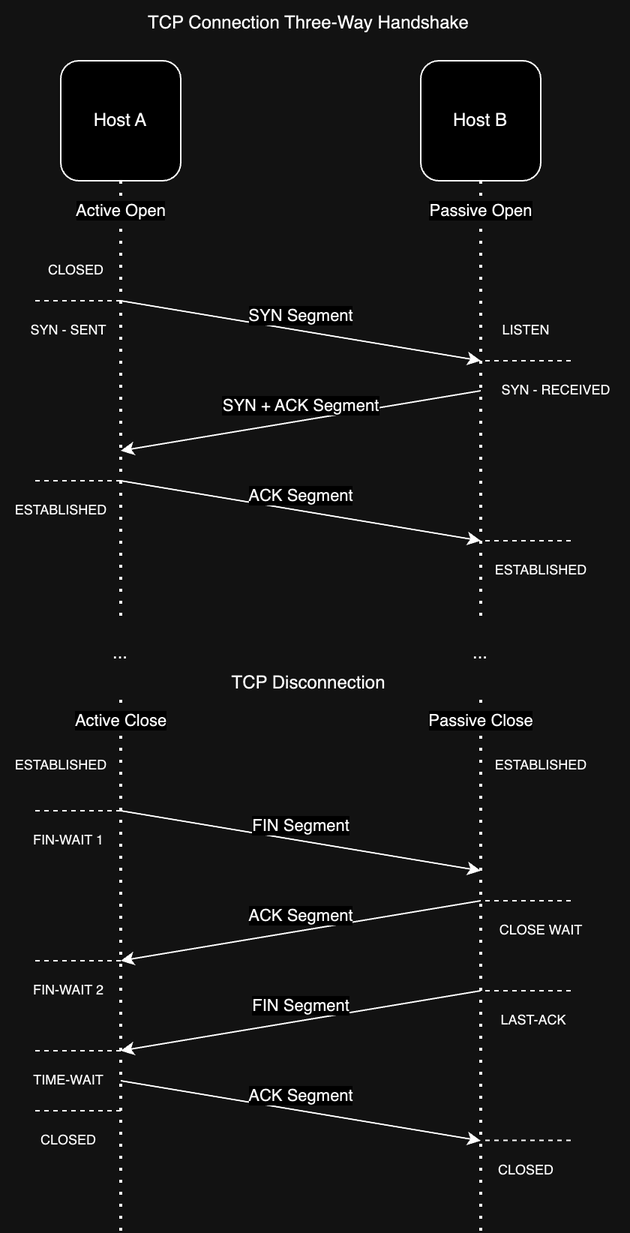
Earlier version of the draw.io export network/image/tcp_connection_flow.png (hyoguoo/docs). Source tidied: cells renumbered, new cells last; positions are measured from the earlier drawing's top-left corner, leaving out a move shared by most shapes. Its diagram source:
```xml
<mxGraphModel>
  <root>
    <mxCell id="0" />
    <mxCell id="1" parent="0" />
    <mxCell id="2" value="Host A" style="rounded=1;whiteSpace=wrap;html=1;fontSize=12;" parent="1" vertex="1">
      <mxGeometry x="40" y="40" width="80" height="80" as="geometry" />
    </mxCell>
    <mxCell id="3" value="Active Open" style="endArrow=none;dashed=1;html=1;dashPattern=1 3;strokeWidth=2;rounded=0;exitX=0.5;exitY=0;exitDx=0;exitDy=0;" parent="1" edge="1" source="33" target="2">
      <mxGeometry x="0.86" relative="1" as="geometry" />
    </mxCell>
    <mxCell id="4" value="Host B" style="rounded=1;whiteSpace=wrap;html=1;fontSize=12;" parent="1" vertex="1">
      <mxGeometry x="280" y="40" width="80" height="80" as="geometry" />
    </mxCell>
    <mxCell id="5" value="Passive Open" style="endArrow=none;dashed=1;html=1;dashPattern=1 3;strokeWidth=2;rounded=0;exitX=0.5;exitY=0;exitDx=0;exitDy=0;" parent="1" edge="1" source="32" target="4">
      <mxGeometry x="0.86" relative="1" as="geometry" />
    </mxCell>
    <mxCell id="6" value="SYN Segment" style="endArrow=classic;html=1;rounded=0;" parent="1" edge="1">
      <mxGeometry x="-0.01" y="10" relative="1" as="geometry">
        <mxPoint x="80" y="200" as="sourcePoint" />
        <mxPoint x="320" y="240" as="targetPoint" />
      </mxGeometry>
    </mxCell>
    <mxCell id="7" value="SYN + ACK Segment" style="endArrow=classic;html=1;rounded=0;" parent="1" edge="1">
      <mxGeometry x="-0.01" y="-10" relative="1" as="geometry">
        <mxPoint x="320" y="260" as="sourcePoint" />
        <mxPoint x="80" y="300" as="targetPoint" />
      </mxGeometry>
    </mxCell>
    <mxCell id="8" value="ACK Segment" style="endArrow=classic;html=1;rounded=0;" parent="1" edge="1">
      <mxGeometry x="-0.01" y="10" relative="1" as="geometry">
        <mxPoint x="80" y="320" as="sourcePoint" />
        <mxPoint x="320" y="360" as="targetPoint" />
      </mxGeometry>
    </mxCell>
    <mxCell id="9" style="endArrow=none;dashed=1;html=1;rounded=0;" parent="1" edge="1">
      <mxGeometry relative="1" as="geometry">
        <mxPoint x="380" y="240" as="sourcePoint" />
        <mxPoint x="320" y="240" as="targetPoint" />
      </mxGeometry>
    </mxCell>
    <mxCell id="10" style="endArrow=none;dashed=1;html=1;rounded=0;" parent="1" edge="1">
      <mxGeometry relative="1" as="geometry">
        <mxPoint x="380" y="360" as="sourcePoint" />
        <mxPoint x="320" y="360" as="targetPoint" />
      </mxGeometry>
    </mxCell>
    <mxCell id="11" style="endArrow=none;dashed=1;html=1;rounded=0;" parent="1" edge="1">
      <mxGeometry relative="1" as="geometry">
        <mxPoint x="80" y="320" as="sourcePoint" />
        <mxPoint x="20" y="320" as="targetPoint" />
      </mxGeometry>
    </mxCell>
    <mxCell id="12" style="endArrow=none;dashed=1;html=1;rounded=0;" parent="1" edge="1">
      <mxGeometry relative="1" as="geometry">
        <mxPoint x="80" y="200" as="sourcePoint" />
        <mxPoint x="20" y="200" as="targetPoint" />
      </mxGeometry>
    </mxCell>
    <mxCell id="13" value="CLOSED" style="text;html=1;align=center;verticalAlign=middle;strokeColor=none;fillColor=none;fontSize=9;" parent="1" vertex="1">
      <mxGeometry x="20" y="170" width="60" height="20" as="geometry" />
    </mxCell>
    <mxCell id="14" value="LISTEN" style="text;html=1;align=center;verticalAlign=middle;strokeColor=none;fillColor=none;fontSize=9;" parent="1" vertex="1">
      <mxGeometry x="320" y="210" width="60" height="20" as="geometry" />
    </mxCell>
    <mxCell id="15" value="SYN - SENT" style="text;html=1;align=center;verticalAlign=middle;strokeColor=none;fillColor=none;fontSize=9;" parent="1" vertex="1">
      <mxGeometry x="10" y="210" width="70" height="20" as="geometry" />
    </mxCell>
    <mxCell id="16" value="SYN - RECEIVED" style="text;html=1;align=center;verticalAlign=middle;strokeColor=none;fillColor=none;fontSize=9;" parent="1" vertex="1">
      <mxGeometry x="320" y="250" width="100" height="20" as="geometry" />
    </mxCell>
    <mxCell id="17" value="ESTABLISHED" style="text;html=1;align=center;verticalAlign=middle;strokeColor=none;fillColor=none;fontSize=9;" parent="1" vertex="1">
      <mxGeometry y="330" width="80" height="20" as="geometry" />
    </mxCell>
    <mxCell id="18" value="TCP Connection Three-Way Handshake" style="text;html=1;align=center;verticalAlign=middle;strokeColor=none;fillColor=none;" parent="1" vertex="1">
      <mxGeometry x="85" width="240" height="30" as="geometry" />
    </mxCell>
    <mxCell id="19" value="TCP Disconnection" style="text;html=1;align=center;verticalAlign=middle;strokeColor=none;fillColor=none;" parent="1" vertex="1">
      <mxGeometry x="140" y="440" width="130" height="30" as="geometry" />
    </mxCell>
    <mxCell id="20" value="Active Close" style="endArrow=none;dashed=1;html=1;dashPattern=1 3;strokeWidth=2;rounded=0;entryX=0.5;entryY=1;entryDx=0;entryDy=0;" parent="1" edge="1" target="33">
      <mxGeometry x="0.89" relative="1" as="geometry">
        <mxPoint x="80" y="820" as="sourcePoint" />
      </mxGeometry>
    </mxCell>
    <mxCell id="21" value="Passive Close" style="endArrow=none;dashed=1;html=1;dashPattern=1 3;strokeWidth=2;rounded=0;entryX=0.5;entryY=1;entryDx=0;entryDy=0;" parent="1" edge="1" target="32">
      <mxGeometry x="0.89" relative="1" as="geometry">
        <mxPoint x="320" y="820" as="sourcePoint" />
      </mxGeometry>
    </mxCell>
    <mxCell id="22" value="FIN Segment" style="endArrow=classic;html=1;rounded=0;" parent="1" edge="1">
      <mxGeometry x="-0.01" y="10" relative="1" as="geometry">
        <mxPoint x="80" y="540" as="sourcePoint" />
        <mxPoint x="320" y="580" as="targetPoint" />
      </mxGeometry>
    </mxCell>
    <mxCell id="23" value="ACK Segment" style="endArrow=classic;html=1;rounded=0;" parent="1" edge="1">
      <mxGeometry x="-0.01" y="-10" relative="1" as="geometry">
        <mxPoint x="320" y="600" as="sourcePoint" />
        <mxPoint x="80" y="640" as="targetPoint" />
      </mxGeometry>
    </mxCell>
    <mxCell id="24" value="ACK Segment" style="endArrow=classic;html=1;rounded=0;" parent="1" edge="1">
      <mxGeometry x="-0.01" y="10" relative="1" as="geometry">
        <mxPoint x="80" y="720" as="sourcePoint" />
        <mxPoint x="320" y="760" as="targetPoint" />
      </mxGeometry>
    </mxCell>
    <mxCell id="25" style="endArrow=none;dashed=1;html=1;rounded=0;" parent="1" edge="1">
      <mxGeometry relative="1" as="geometry">
        <mxPoint x="380" y="600" as="sourcePoint" />
        <mxPoint x="320" y="600" as="targetPoint" />
      </mxGeometry>
    </mxCell>
    <mxCell id="26" style="endArrow=none;dashed=1;html=1;rounded=0;" parent="1" edge="1">
      <mxGeometry relative="1" as="geometry">
        <mxPoint x="380" y="759.7" as="sourcePoint" />
        <mxPoint x="320" y="759.7" as="targetPoint" />
      </mxGeometry>
    </mxCell>
    <mxCell id="27" style="endArrow=none;dashed=1;html=1;rounded=0;" parent="1" edge="1">
      <mxGeometry relative="1" as="geometry">
        <mxPoint x="80" y="640" as="sourcePoint" />
        <mxPoint x="20" y="640" as="targetPoint" />
      </mxGeometry>
    </mxCell>
    <mxCell id="28" style="endArrow=none;dashed=1;html=1;rounded=0;" parent="1" edge="1">
      <mxGeometry relative="1" as="geometry">
        <mxPoint x="80" y="540" as="sourcePoint" />
        <mxPoint x="20" y="540" as="targetPoint" />
      </mxGeometry>
    </mxCell>
    <mxCell id="29" value="FIN-WAIT 1" style="text;html=1;align=center;verticalAlign=middle;strokeColor=none;fillColor=none;fontSize=9;" parent="1" vertex="1">
      <mxGeometry x="10" y="550" width="70" height="20" as="geometry" />
    </mxCell>
    <mxCell id="30" value="CLOSE WAIT" style="text;html=1;align=center;verticalAlign=middle;strokeColor=none;fillColor=none;fontSize=9;" parent="1" vertex="1">
      <mxGeometry x="320" y="610" width="80" height="20" as="geometry" />
    </mxCell>
    <mxCell id="31" value="FIN-WAIT 2" style="text;html=1;align=center;verticalAlign=middle;strokeColor=none;fillColor=none;fontSize=9;" parent="1" vertex="1">
      <mxGeometry x="10" y="650" width="70" height="20" as="geometry" />
    </mxCell>
    <mxCell id="32" value="..." style="text;html=1;strokeColor=none;fillColor=none;align=center;verticalAlign=middle;whiteSpace=wrap;rounded=0;" parent="1" vertex="1">
      <mxGeometry x="290" y="410" width="60" height="50" as="geometry" />
    </mxCell>
    <mxCell id="33" value="..." style="text;html=1;strokeColor=none;fillColor=none;align=center;verticalAlign=middle;whiteSpace=wrap;rounded=0;" parent="1" vertex="1">
      <mxGeometry x="50" y="410" width="60" height="50" as="geometry" />
    </mxCell>
    <mxCell id="34" value="ESTABLISHED" style="text;html=1;align=center;verticalAlign=middle;strokeColor=none;fillColor=none;fontSize=9;" parent="1" vertex="1">
      <mxGeometry y="500" width="80" height="20" as="geometry" />
    </mxCell>
    <mxCell id="35" value="ESTABLISHED" style="text;html=1;align=center;verticalAlign=middle;strokeColor=none;fillColor=none;fontSize=9;" parent="1" vertex="1">
      <mxGeometry x="320" y="500" width="80" height="20" as="geometry" />
    </mxCell>
    <mxCell id="36" value="FIN Segment" style="endArrow=classic;html=1;rounded=0;" parent="1" edge="1">
      <mxGeometry x="-0.01" y="-10" relative="1" as="geometry">
        <mxPoint x="320" y="660" as="sourcePoint" />
        <mxPoint x="80" y="700" as="targetPoint" />
      </mxGeometry>
    </mxCell>
    <mxCell id="37" style="endArrow=none;dashed=1;html=1;rounded=0;" parent="1" edge="1">
      <mxGeometry relative="1" as="geometry">
        <mxPoint x="380" y="660" as="sourcePoint" />
        <mxPoint x="320" y="660" as="targetPoint" />
      </mxGeometry>
    </mxCell>
    <mxCell id="38" value="LAST-ACK" style="text;html=1;align=center;verticalAlign=middle;strokeColor=none;fillColor=none;fontSize=9;" parent="1" vertex="1">
      <mxGeometry x="320" y="670" width="70" height="20" as="geometry" />
    </mxCell>
    <mxCell id="39" style="endArrow=none;dashed=1;html=1;rounded=0;" parent="1" edge="1">
      <mxGeometry relative="1" as="geometry">
        <mxPoint x="80" y="700" as="sourcePoint" />
        <mxPoint x="20" y="700" as="targetPoint" />
      </mxGeometry>
    </mxCell>
    <mxCell id="40" value="TIME-WAIT" style="text;html=1;align=center;verticalAlign=middle;strokeColor=none;fillColor=none;fontSize=9;" parent="1" vertex="1">
      <mxGeometry x="10" y="710" width="70" height="20" as="geometry" />
    </mxCell>
    <mxCell id="41" style="endArrow=none;dashed=1;html=1;rounded=0;" parent="1" edge="1">
      <mxGeometry relative="1" as="geometry">
        <mxPoint x="80" y="740" as="sourcePoint" />
        <mxPoint x="20" y="740" as="targetPoint" />
      </mxGeometry>
    </mxCell>
    <mxCell id="42" value="CLOSED" style="text;html=1;align=center;verticalAlign=middle;strokeColor=none;fillColor=none;fontSize=9;" parent="1" vertex="1">
      <mxGeometry x="15" y="750" width="60" height="20" as="geometry" />
    </mxCell>
    <mxCell id="43" value="CLOSED" style="text;html=1;align=center;verticalAlign=middle;strokeColor=none;fillColor=none;fontSize=9;" parent="1" vertex="1">
      <mxGeometry x="320" y="770" width="60" height="20" as="geometry" />
    </mxCell>
    <mxCell id="44" value="ESTABLISHED" style="text;html=1;align=center;verticalAlign=middle;strokeColor=none;fillColor=none;fontSize=9;" parent="1" vertex="1">
      <mxGeometry x="320" y="370" width="80" height="20" as="geometry" />
    </mxCell>
  </root>
</mxGraphModel>
```
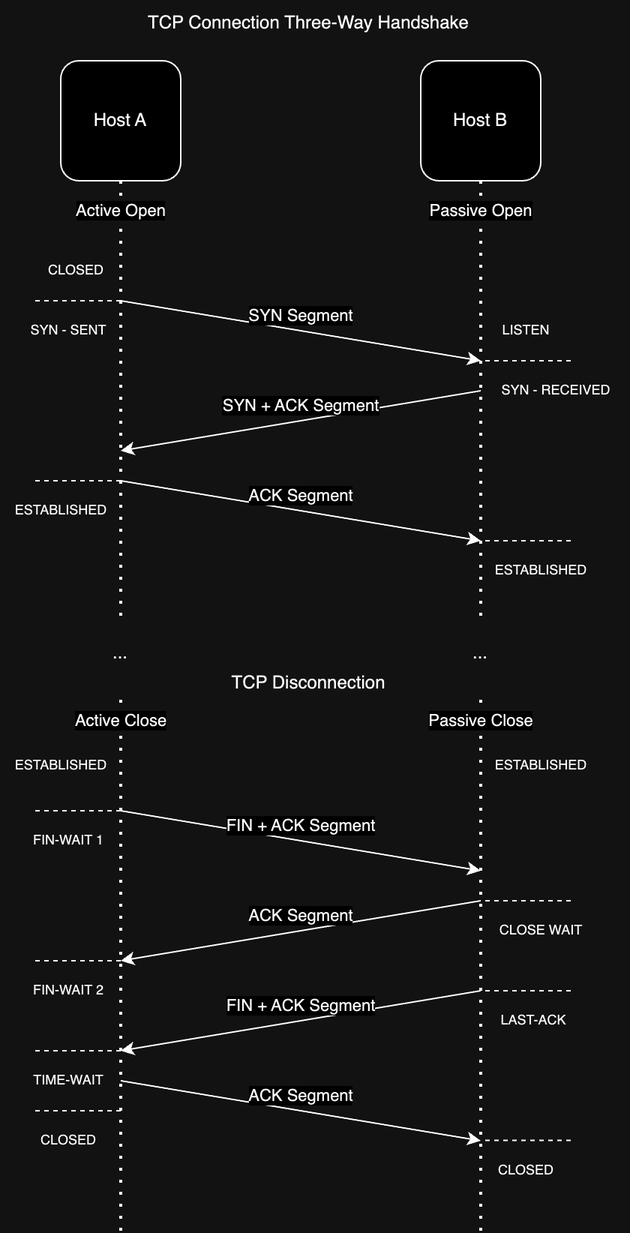
Later version of the same file.

Commit message:
fix: 이미지 내용 수정

Diff of the diagram source:
```diff
@@ -87,7 +87,7 @@
         <mxPoint x="320" y="820" as="sourcePoint" />
       </mxGeometry>
     </mxCell>
-    <mxCell id="22" value="FIN Segment" style="endArrow=classic;html=1;rounded=0;" parent="1" edge="1">
+    <mxCell id="22" value="FIN + ACK Segment" style="endArrow=classic;html=1;rounded=0;" parent="1" edge="1">
       <mxGeometry x="-0.01" y="10" relative="1" as="geometry">
         <mxPoint x="80" y="540" as="sourcePoint" />
         <mxPoint x="320" y="580" as="targetPoint" />
@@ -150,7 +150,7 @@
     <mxCell id="35" value="ESTABLISHED" style="text;html=1;align=center;verticalAlign=middle;strokeColor=none;fillColor=none;fontSize=9;" parent="1" vertex="1">
       <mxGeometry x="320" y="500" width="80" height="20" as="geometry" />
     </mxCell>
-    <mxCell id="36" value="FIN Segment" style="endArrow=classic;html=1;rounded=0;" parent="1" edge="1">
+    <mxCell id="36" value="FIN + ACK Segment" style="endArrow=classic;html=1;rounded=0;" parent="1" edge="1">
       <mxGeometry x="-0.01" y="-10" relative="1" as="geometry">
         <mxPoint x="320" y="660" as="sourcePoint" />
         <mxPoint x="80" y="700" as="targetPoint" />
```
